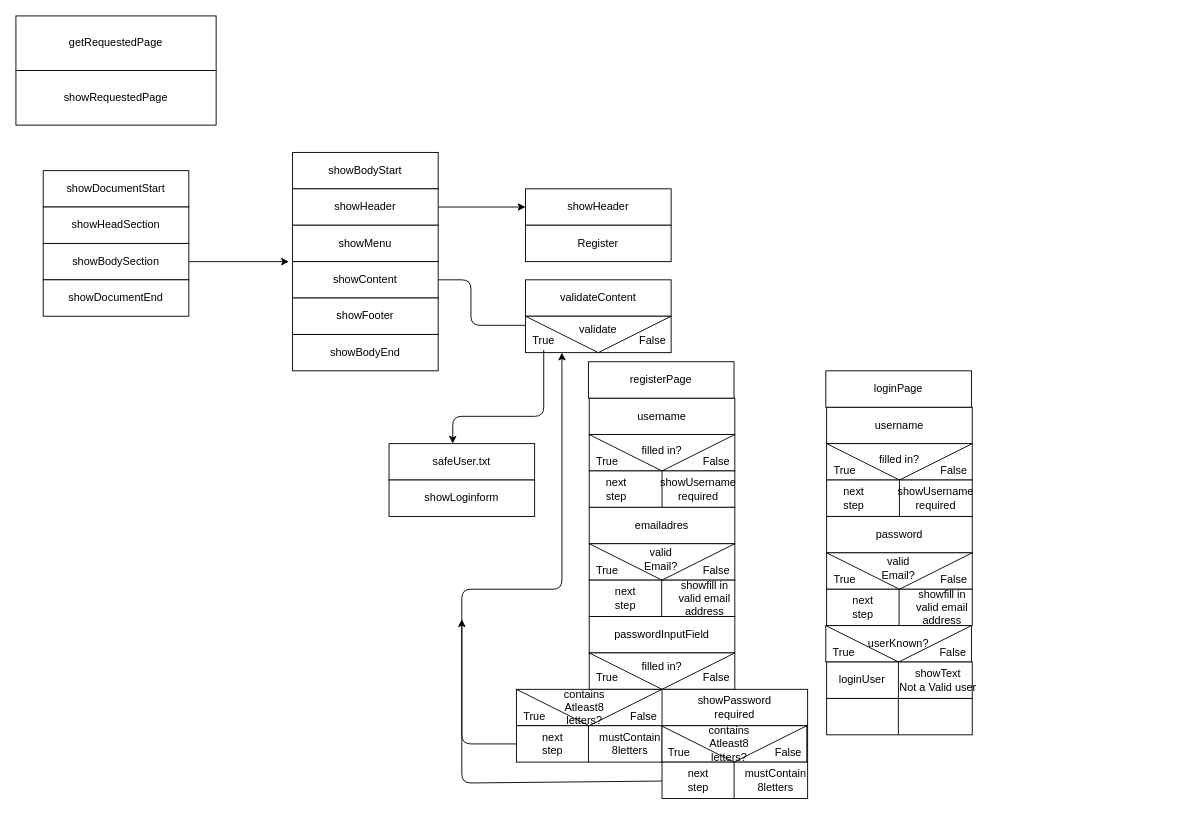
Before: Diagrams/psd4.drawio in OmerS7/educom-webshop-basis-1693919947, a draw.io diagram. Source tidied: cells renumbered, new cells numbered last; positions are measured from the earlier drawing's top-left corner, leaving out a move shared by most shapes. Both pictures are drawn from the tidied source at 91%, with x=0, y=0 at pixel (15, 15).
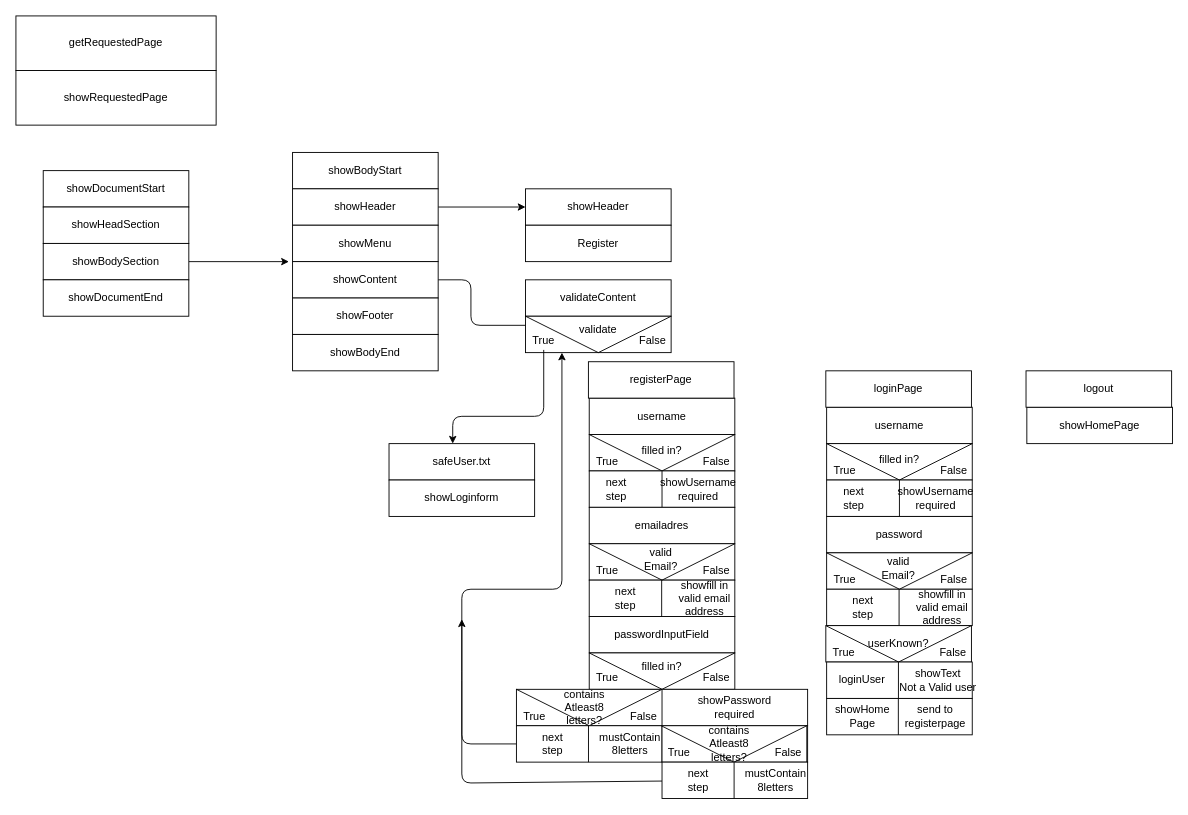
After the change.

Diff of the diagram source:
```diff
@@
+    <mxCell id="124" value="send to registerpage" style="text;html=1;strokeColor=none;fillColor=none;align=center;verticalAlign=middle;whiteSpace=wrap;rounded=0;" parent="1" vertex="1">
+      <mxGeometry x="966.4" y="760" width="89.1" height="20" as="geometry" />
+    </mxCell>
+    <mxCell id="125" value="showHome&lt;br&gt;Page" style="text;html=1;strokeColor=none;fillColor=none;align=center;verticalAlign=middle;whiteSpace=wrap;rounded=0;" parent="1" vertex="1">
+      <mxGeometry x="885.5" y="760" width="89.1" height="20" as="geometry" />
+    </mxCell>
+    <mxCell id="126" value="showHomePage" style="rounded=0;whiteSpace=wrap;html=1;" parent="1" vertex="1">
+      <mxGeometry x="1110.9" y="430" width="160" height="40" as="geometry" />
+    </mxCell>
+    <mxCell id="127" value="logout" style="rounded=0;whiteSpace=wrap;html=1;" parent="1" vertex="1">
+      <mxGeometry x="1110" y="390" width="160" height="40" as="geometry" />
+    </mxCell>
```
